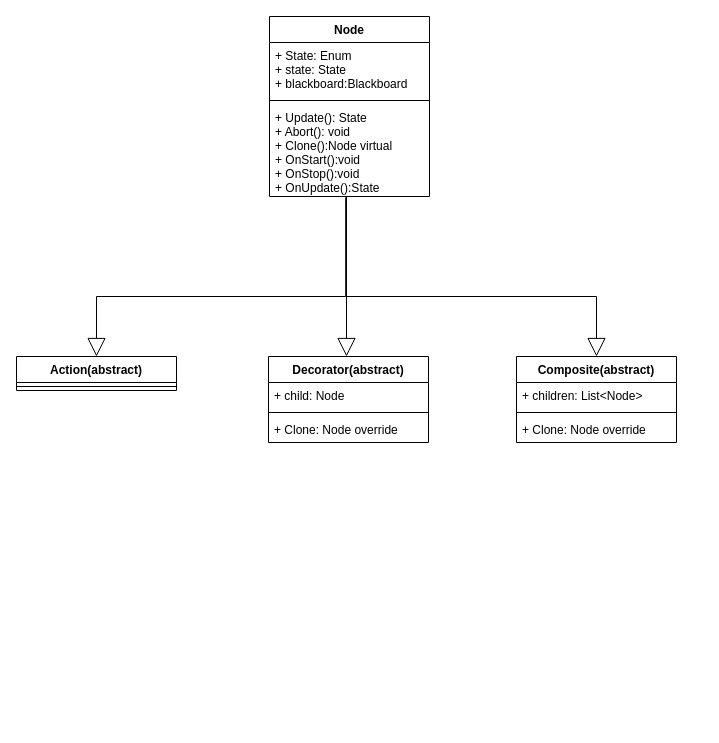
The draw.io diagram BT.drawio in JeongJunSoo94/NeglectTypeRPGGameLP, before the edit. Source tidied: cells renumbered, new cells numbered last; positions are measured from the earlier drawing's top-left corner, leaving out a move shared by most shapes. Both pictures are drawn from the tidied source at 100%, with x=0, y=0 at pixel (16, 16).
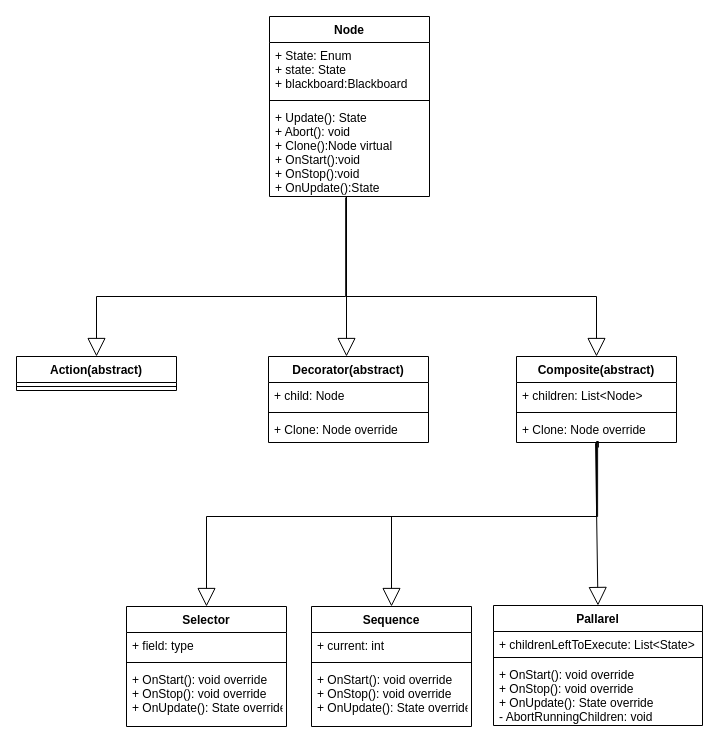
The same diagram, later.

Unchanged cells that the change refers to:
```xml
<mxCell id="16" value="+ Clone: Node override" style="text;strokeColor=none;fillColor=none;align=left;verticalAlign=top;spacingLeft=4;spacingRight=4;overflow=hidden;points=[[0,0.5],[1,0.5]];portConstraint=eastwest;" parent="13" vertex="1">
  <mxGeometry y="60" width="160" height="26" as="geometry" />
</mxCell>
```

Change to the diagram source:
```diff
@@
+    <mxCell id="19" value="Sequence" style="swimlane;fontStyle=1;align=center;verticalAlign=top;horizontal=1;startSize=26;" parent="1" vertex="1">
+      <mxGeometry x="295" y="590" width="160" height="120" as="geometry" />
+    </mxCell>
+    <mxCell id="20" value="+ current: int" style="text;strokeColor=none;fillColor=none;align=left;verticalAlign=top;spacingLeft=4;spacingRight=4;overflow=hidden;" parent="19" vertex="1">
+      <mxGeometry y="26" width="160" height="26" as="geometry" />
+    </mxCell>
+    <mxCell id="21" style="line;strokeWidth=1;fillColor=none;align=left;verticalAlign=middle;spacingTop=-1;spacingLeft=3;spacingRight=3;labelPosition=right;strokeColor=inherit;" parent="19" vertex="1">
+      <mxGeometry y="52" width="160" height="8" as="geometry" />
+    </mxCell>
+    <mxCell id="22" value="+ OnStart(): void override&#10;+ OnStop(): void override&#10;+ OnUpdate(): State override" style="text;strokeColor=none;fillColor=none;align=left;verticalAlign=top;spacingLeft=4;spacingRight=4;overflow=hidden;" parent="19" vertex="1">
+      <mxGeometry y="60" width="160" height="60" as="geometry" />
+    </mxCell>
+    <mxCell id="23" style="endArrow=block;endSize=16;endFill=0;html=1;rounded=0;edgeStyle=orthogonalEdgeStyle;exitX=0.507;exitY=0.978;exitDx=0;exitDy=0;exitPerimeter=0;entryX=0.5;entryY=0;entryDx=0;entryDy=0;" parent="1" edge="1" source="16" target="19">
+      <mxGeometry x="0.46" y="-81" relative="1" as="geometry">
+        <Array as="points">
+          <mxPoint x="581" y="500" />
+          <mxPoint x="375" y="500" />
+        </Array>
+      </mxGeometry>
+    </mxCell>
+    <mxCell id="24" value="Selector" style="swimlane;fontStyle=1;align=center;verticalAlign=top;horizontal=1;startSize=26;" parent="1" vertex="1">
+      <mxGeometry x="110" y="590" width="160" height="120" as="geometry" />
+    </mxCell>
+    <mxCell id="25" value="+ field: type" style="text;strokeColor=none;fillColor=none;align=left;verticalAlign=top;spacingLeft=4;spacingRight=4;overflow=hidden;" parent="24" vertex="1">
+      <mxGeometry y="26" width="160" height="26" as="geometry" />
+    </mxCell>
+    <mxCell id="26" style="line;strokeWidth=1;fillColor=none;align=left;verticalAlign=middle;spacingTop=-1;spacingLeft=3;spacingRight=3;labelPosition=right;strokeColor=inherit;" parent="24" vertex="1">
+      <mxGeometry y="52" width="160" height="8" as="geometry" />
+    </mxCell>
+    <mxCell id="27" value="+ OnStart(): void override&#10;+ OnStop(): void override&#10;+ OnUpdate(): State override" style="text;strokeColor=none;fillColor=none;align=left;verticalAlign=top;spacingLeft=4;spacingRight=4;overflow=hidden;" parent="24" vertex="1">
+      <mxGeometry y="60" width="160" height="60" as="geometry" />
+    </mxCell>
+    <mxCell id="28" value="Pallarel" style="swimlane;fontStyle=1;align=center;verticalAlign=top;horizontal=1;startSize=26;" parent="1" vertex="1">
+      <mxGeometry x="477" y="589" width="209" height="120" as="geometry" />
+    </mxCell>
+    <mxCell id="29" value="+ childrenLeftToExecute: List&lt;State&gt;" style="text;strokeColor=none;fillColor=none;align=left;verticalAlign=top;spacingLeft=4;spacingRight=4;overflow=hidden;" parent="28" vertex="1">
+      <mxGeometry y="26" width="209" height="22" as="geometry" />
+    </mxCell>
+    <mxCell id="30" style="line;strokeWidth=1;fillColor=none;align=left;verticalAlign=middle;spacingTop=-1;spacingLeft=3;spacingRight=3;labelPosition=right;strokeColor=inherit;" parent="28" vertex="1">
+      <mxGeometry y="48" width="209" height="8" as="geometry" />
+    </mxCell>
+    <mxCell id="31" value="+ OnStart(): void override&#10;+ OnStop(): void override&#10;+ OnUpdate(): State override&#10;- AbortRunningChildren: void" style="text;strokeColor=none;fillColor=none;align=left;verticalAlign=top;spacingLeft=4;spacingRight=4;overflow=hidden;" parent="28" vertex="1">
+      <mxGeometry y="56" width="209" height="64" as="geometry" />
+    </mxCell>
+    <mxCell id="32" style="endArrow=block;endSize=16;endFill=0;html=1;rounded=0;exitX=0.494;exitY=1.027;exitDx=0;exitDy=0;exitPerimeter=0;entryX=0.5;entryY=0;entryDx=0;entryDy=0;" parent="1" edge="1" source="16" target="28">
+      <mxGeometry x="0.46" y="-81" relative="1" as="geometry" />
+    </mxCell>
+    <mxCell id="33" style="endArrow=block;endSize=16;endFill=0;html=1;rounded=0;edgeStyle=orthogonalEdgeStyle;exitX=0.512;exitY=1.192;exitDx=0;exitDy=0;exitPerimeter=0;entryX=0.5;entryY=0;entryDx=0;entryDy=0;" parent="1" edge="1" source="16">
+      <mxGeometry x="0.46" y="-81" relative="1" as="geometry">
+        <mxPoint x="190" y="590" as="targetPoint" />
+        <Array as="points">
+          <mxPoint x="582" y="425" />
+          <mxPoint x="580" y="425" />
+          <mxPoint x="580" y="500" />
+          <mxPoint x="190" y="500" />
+        </Array>
+      </mxGeometry>
+    </mxCell>
```
